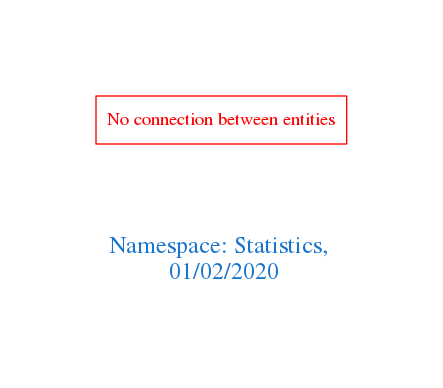
Above: downloads/Statistics.png in arago/OGIT (Graphviz), before the change. Its source is kept beside it as downloads/Statistics.dot. The source it was exported from:
```dot
digraph OGIT_ontology {
 graph [ rankdir= LR,pad=1
fontsize = 18,
fontcolor= dodgerblue3,label = "\n\n\nNamespace: Statistics, \n 01/02/2020"];
node[shape=polygon];
edge [  color="gray81"];

"No connection between entities" [fontcolor = "red",color="red", shape="polygon"]
}
```
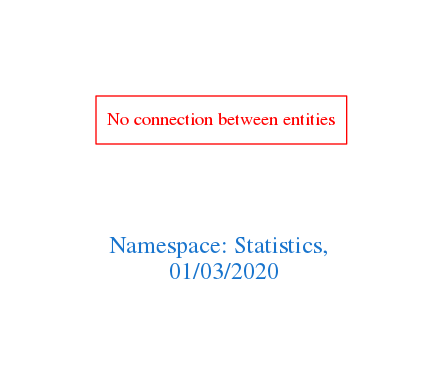
After the commit.

Change to the diagram source:
```diff
@@ -1,7 +1,7 @@
 digraph OGIT_ontology {
  graph [ rankdir= LR,pad=1
 fontsize = 18,
-fontcolor= dodgerblue3,label = "\n\n\nNamespace: Statistics, \n 01/02/2020"];
+fontcolor= dodgerblue3,label = "\n\n\nNamespace: Statistics, \n 01/03/2020"];
 node[shape=polygon];
 edge [  color="gray81"];
 
```
